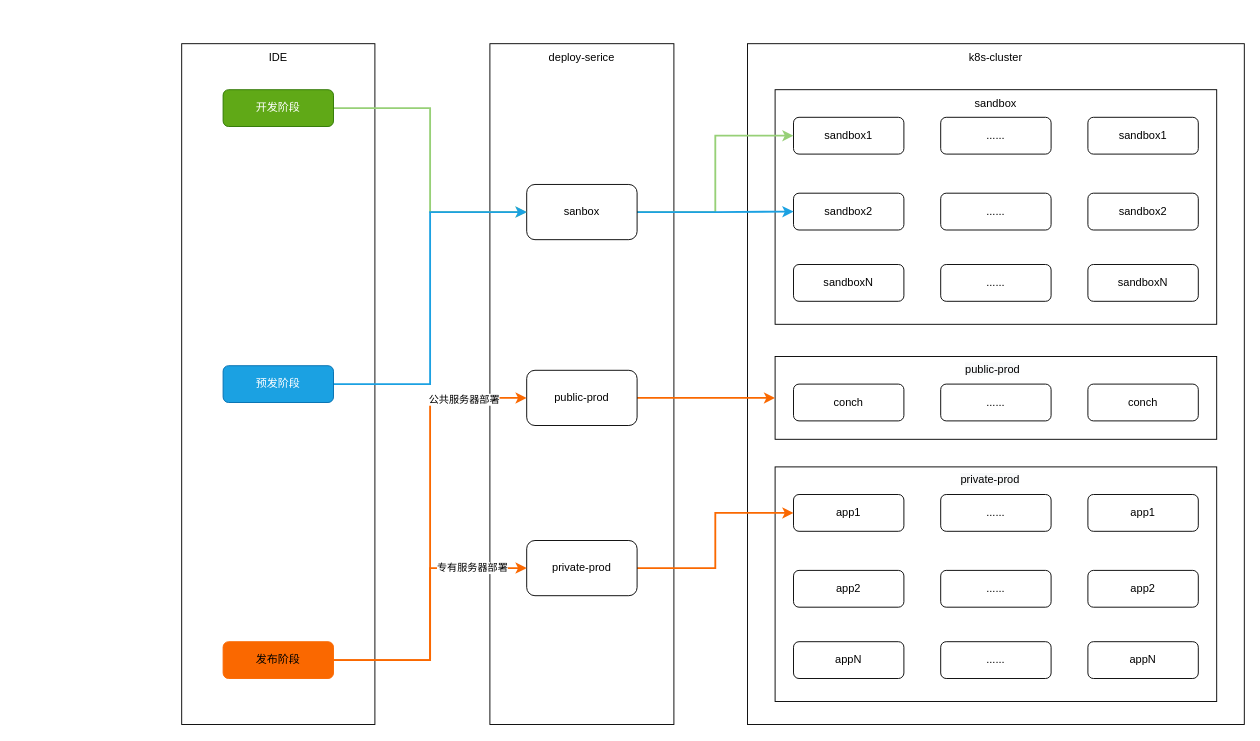
The draw.io diagram 部署图/web应用公有云部署.drawio in yinjunfeng/UML, before the edit. Source tidied: cells renumbered, new cells numbered last; positions are measured from the earlier drawing's top-left corner, leaving out a move shared by most shapes. Both pictures are drawn from the tidied source at 92%, with x=0, y=0 at pixel (181, 43).
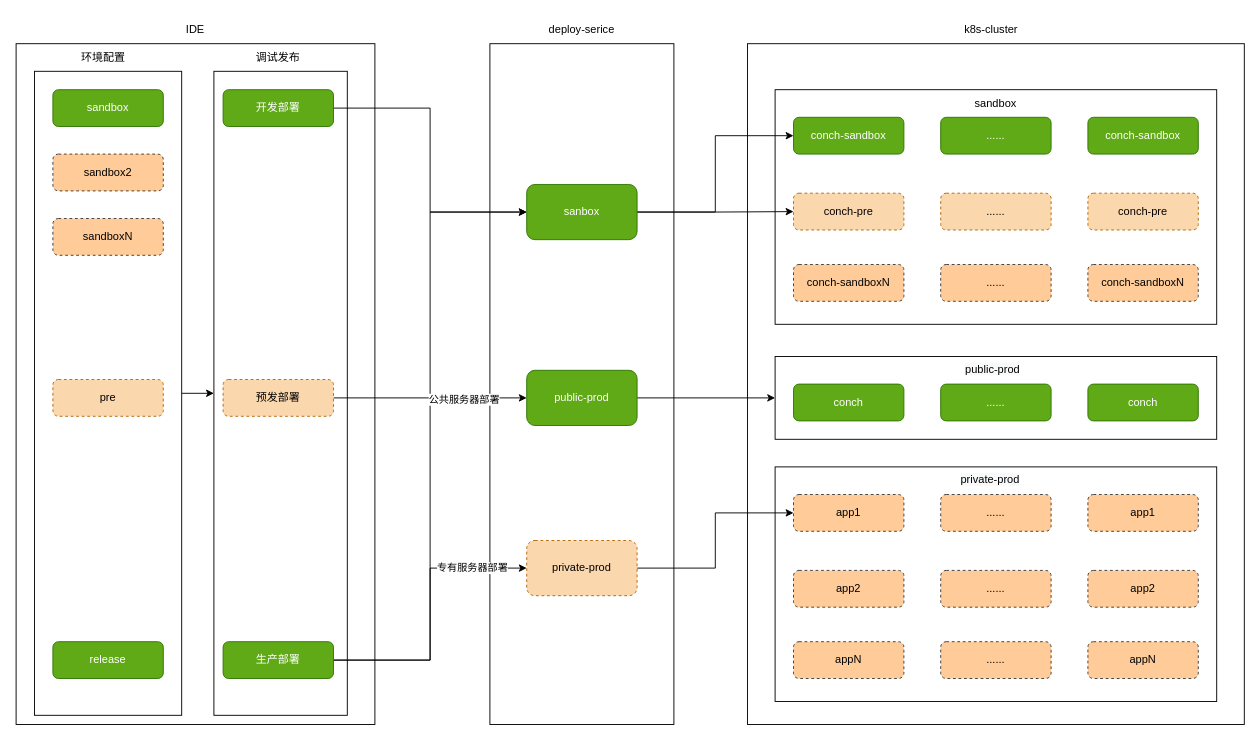
The same diagram, later.

Commit message:
更新web应用公有云部署.drawio

The change refers to these unchanged cells:
```xml
<mxCell id="5" style="rounded=0;whiteSpace=wrap;html=1;" parent="1" vertex="1">
  <mxGeometry x="645" y="340" width="480" height="90" as="geometry" />
</mxCell>
```

Change to the diagram source:
```diff
@@
     <mxCell id="2" style="rounded=0;whiteSpace=wrap;html=1;" parent="1" vertex="1">
-      <mxGeometry width="210" height="740" as="geometry" />
+      <mxGeometry x="-180" width="390" height="740" as="geometry" />
     </mxCell>
+    <mxCell id="51" style="rounded=0;whiteSpace=wrap;html=1;strokeColor=#000000;" parent="1" vertex="1">
+      <mxGeometry x="35" y="30" width="145" height="700" as="geometry" />
+    </mxCell>
@@
-    <mxCell id="6" value="sandbox1" style="rounded=1;whiteSpace=wrap;html=1;" parent="1" vertex="1">
+    <mxCell id="6" value="conch-sandbox" style="rounded=1;whiteSpace=wrap;html=1;fillColor=#60a917;fontColor=#ffffff;strokeColor=#2D7600;" parent="1" vertex="1">
       <mxGeometry x="665" y="80" width="120" height="40" as="geometry" />
     </mxCell>
-    <mxCell id="7" value="......" style="rounded=1;whiteSpace=wrap;html=1;" parent="1" vertex="1">
+    <mxCell id="7" value="......" style="rounded=1;whiteSpace=wrap;html=1;fillColor=#60a917;fontColor=#ffffff;strokeColor=#2D7600;" parent="1" vertex="1">
       <mxGeometry x="825" y="80" width="120" height="40" as="geometry" />
     </mxCell>
-    <mxCell id="8" value="sandbox1" style="rounded=1;whiteSpace=wrap;html=1;" parent="1" vertex="1">
+    <mxCell id="8" value="conch-sandbox" style="rounded=1;whiteSpace=wrap;html=1;fillColor=#60a917;fontColor=#ffffff;strokeColor=#2D7600;" parent="1" vertex="1">
       <mxGeometry x="985" y="80" width="120" height="40" as="geometry" />
     </mxCell>
-    <mxCell id="9" value="sandbox2" style="rounded=1;whiteSpace=wrap;html=1;" parent="1" vertex="1">
+    <mxCell id="9" value="conch-pre" style="rounded=1;whiteSpace=wrap;html=1;fillColor=#fad7ac;strokeColor=#b46504;dashed=1;" parent="1" vertex="1">
       <mxGeometry x="665" y="162.5" width="120" height="40" as="geometry" />
     </mxCell>
-    <mxCell id="10" value="......" style="rounded=1;whiteSpace=wrap;html=1;" parent="1" vertex="1">
+    <mxCell id="10" value="......" style="rounded=1;whiteSpace=wrap;html=1;fillColor=#fad7ac;strokeColor=#b46504;dashed=1;" parent="1" vertex="1">
       <mxGeometry x="825" y="162.5" width="120" height="40" as="geometry" />
     </mxCell>
-    <mxCell id="11" value="sandbox2" style="rounded=1;whiteSpace=wrap;html=1;" parent="1" vertex="1">
+    <mxCell id="11" value="conch-pre" style="rounded=1;whiteSpace=wrap;html=1;fillColor=#fad7ac;strokeColor=#b46504;dashed=1;" parent="1" vertex="1">
       <mxGeometry x="985" y="162.5" width="120" height="40" as="geometry" />
     </mxCell>
-    <mxCell id="12" value="sandboxN" style="rounded=1;whiteSpace=wrap;html=1;" parent="1" vertex="1">
+    <mxCell id="12" value="conch-sandboxN" style="rounded=1;whiteSpace=wrap;html=1;fillColor=#ffcc99;strokeColor=#36393d;dashed=1;" parent="1" vertex="1">
       <mxGeometry x="665" y="240" width="120" height="40" as="geometry" />
     </mxCell>
-    <mxCell id="13" value="......" style="rounded=1;whiteSpace=wrap;html=1;" parent="1" vertex="1">
+    <mxCell id="13" value="......" style="rounded=1;whiteSpace=wrap;html=1;fillColor=#ffcc99;strokeColor=#36393d;dashed=1;" parent="1" vertex="1">
       <mxGeometry x="825" y="240" width="120" height="40" as="geometry" />
     </mxCell>
-    <mxCell id="14" value="sandboxN" style="rounded=1;whiteSpace=wrap;html=1;" parent="1" vertex="1">
+    <mxCell id="14" value="conch-sandboxN" style="rounded=1;whiteSpace=wrap;html=1;fillColor=#ffcc99;strokeColor=#36393d;dashed=1;" parent="1" vertex="1">
       <mxGeometry x="985" y="240" width="120" height="40" as="geometry" />
     </mxCell>
-    <mxCell id="15" value="conch" style="rounded=1;whiteSpace=wrap;html=1;" parent="1" vertex="1">
+    <mxCell id="15" value="conch" style="rounded=1;whiteSpace=wrap;html=1;fillColor=#60a917;fontColor=#ffffff;strokeColor=#2D7600;" parent="1" vertex="1">
       <mxGeometry x="665" y="370" width="120" height="40" as="geometry" />
     </mxCell>
-    <mxCell id="16" value="......" style="rounded=1;whiteSpace=wrap;html=1;" parent="1" vertex="1">
+    <mxCell id="16" value="......" style="rounded=1;whiteSpace=wrap;html=1;fillColor=#60a917;fontColor=#ffffff;strokeColor=#2D7600;" parent="1" vertex="1">
       <mxGeometry x="825" y="370" width="120" height="40" as="geometry" />
     </mxCell>
-    <mxCell id="17" value="conch" style="rounded=1;whiteSpace=wrap;html=1;" parent="1" vertex="1">
+    <mxCell id="17" value="conch" style="rounded=1;whiteSpace=wrap;html=1;fillColor=#60a917;fontColor=#ffffff;strokeColor=#2D7600;" parent="1" vertex="1">
       <mxGeometry x="985" y="370" width="120" height="40" as="geometry" />
     </mxCell>
@@
-    <mxCell id="19" value="app1" style="rounded=1;whiteSpace=wrap;html=1;" parent="1" vertex="1">
+    <mxCell id="19" value="app1" style="rounded=1;whiteSpace=wrap;html=1;fillColor=#ffcc99;strokeColor=#36393d;dashed=1;" parent="1" vertex="1">
       <mxGeometry x="665" y="490" width="120" height="40" as="geometry" />
     </mxCell>
-    <mxCell id="20" value="......" style="rounded=1;whiteSpace=wrap;html=1;" parent="1" vertex="1">
+    <mxCell id="20" value="......" style="rounded=1;whiteSpace=wrap;html=1;fillColor=#ffcc99;strokeColor=#36393d;dashed=1;" parent="1" vertex="1">
       <mxGeometry x="825" y="490" width="120" height="40" as="geometry" />
     </mxCell>
-    <mxCell id="21" value="app1" style="rounded=1;whiteSpace=wrap;html=1;" parent="1" vertex="1">
+    <mxCell id="21" value="app1" style="rounded=1;whiteSpace=wrap;html=1;fillColor=#ffcc99;strokeColor=#36393d;dashed=1;" parent="1" vertex="1">
       <mxGeometry x="985" y="490" width="120" height="40" as="geometry" />
     </mxCell>
-    <mxCell id="22" value="app2" style="rounded=1;whiteSpace=wrap;html=1;" parent="1" vertex="1">
+    <mxCell id="22" value="app2" style="rounded=1;whiteSpace=wrap;html=1;fillColor=#ffcc99;strokeColor=#36393d;dashed=1;" parent="1" vertex="1">
       <mxGeometry x="665" y="572.5" width="120" height="40" as="geometry" />
     </mxCell>
-    <mxCell id="23" value="......" style="rounded=1;whiteSpace=wrap;html=1;" parent="1" vertex="1">
+    <mxCell id="23" value="......" style="rounded=1;whiteSpace=wrap;html=1;fillColor=#ffcc99;strokeColor=#36393d;dashed=1;" parent="1" vertex="1">
       <mxGeometry x="825" y="572.5" width="120" height="40" as="geometry" />
     </mxCell>
-    <mxCell id="24" value="app2" style="rounded=1;whiteSpace=wrap;html=1;" parent="1" vertex="1">
+    <mxCell id="24" value="app2" style="rounded=1;whiteSpace=wrap;html=1;fillColor=#ffcc99;strokeColor=#36393d;dashed=1;" parent="1" vertex="1">
       <mxGeometry x="985" y="572.5" width="120" height="40" as="geometry" />
     </mxCell>
-    <mxCell id="25" value="appN" style="rounded=1;whiteSpace=wrap;html=1;" parent="1" vertex="1">
+    <mxCell id="25" value="appN" style="rounded=1;whiteSpace=wrap;html=1;fillColor=#ffcc99;strokeColor=#36393d;dashed=1;" parent="1" vertex="1">
       <mxGeometry x="665" y="650" width="120" height="40" as="geometry" />
     </mxCell>
-    <mxCell id="26" value="......" style="rounded=1;whiteSpace=wrap;html=1;" parent="1" vertex="1">
+    <mxCell id="26" value="......" style="rounded=1;whiteSpace=wrap;html=1;fillColor=#ffcc99;strokeColor=#36393d;dashed=1;" parent="1" vertex="1">
       <mxGeometry x="825" y="650" width="120" height="40" as="geometry" />
     </mxCell>
-    <mxCell id="27" value="appN" style="rounded=1;whiteSpace=wrap;html=1;" parent="1" vertex="1">
+    <mxCell id="27" value="appN" style="rounded=1;whiteSpace=wrap;html=1;fillColor=#ffcc99;strokeColor=#36393d;dashed=1;" parent="1" vertex="1">
       <mxGeometry x="985" y="650" width="120" height="40" as="geometry" />
     </mxCell>
@@
     <mxCell id="31" value="k8s-cluster" style="text;html=1;strokeColor=none;fillColor=none;align=center;verticalAlign=middle;whiteSpace=wrap;rounded=0;" parent="1" vertex="1">
-      <mxGeometry x="835" width="100" height="30" as="geometry" />
+      <mxGeometry x="830" y="-30" width="100" height="30" as="geometry" />
     </mxCell>
@@
-    <mxCell id="33" style="edgeStyle=orthogonalEdgeStyle;rounded=0;jettySize=auto;html=1;exitX=1;exitY=0.5;exitDx=0;exitDy=0;entryX=0;entryY=0.5;entryDx=0;entryDy=0;strokeColor=#97D077;strokeWidth=2;" parent="1" edge="1" source="35" target="6">
+    <mxCell id="33" style="edgeStyle=orthogonalEdgeStyle;rounded=0;jettySize=auto;html=1;exitX=1;exitY=0.5;exitDx=0;exitDy=0;entryX=0;entryY=0.5;entryDx=0;entryDy=0;strokeColor=#000000;strokeWidth=1;" parent="1" edge="1" source="35" target="6">
       <mxGeometry relative="1" as="geometry" />
     </mxCell>
-    <mxCell id="34" style="edgeStyle=orthogonalEdgeStyle;rounded=0;jettySize=auto;html=1;exitX=1;exitY=0.5;exitDx=0;exitDy=0;strokeColor=#1BA1E2;strokeWidth=2;" parent="1" edge="1" source="35" target="9">
+    <mxCell id="34" style="edgeStyle=orthogonalEdgeStyle;rounded=0;jettySize=auto;html=1;exitX=1;exitY=0.5;exitDx=0;exitDy=0;strokeColor=#000000;strokeWidth=1;" parent="1" edge="1" source="35" target="9">
       <mxGeometry relative="1" as="geometry" />
     </mxCell>
-    <mxCell id="35" value="sanbox" style="rounded=1;whiteSpace=wrap;html=1;" parent="1" vertex="1">
+    <mxCell id="35" value="sanbox" style="rounded=1;whiteSpace=wrap;html=1;fillColor=#60a917;fontColor=#ffffff;strokeColor=#2D7600;" parent="1" vertex="1">
       <mxGeometry x="375" y="153" width="120" height="60" as="geometry" />
     </mxCell>
-    <mxCell id="36" style="edgeStyle=orthogonalEdgeStyle;rounded=0;jettySize=auto;html=1;exitX=1;exitY=0.5;exitDx=0;exitDy=0;strokeColor=#FA6800;strokeWidth=2;" parent="1" edge="1" source="37" target="5">
+    <mxCell id="36" style="edgeStyle=orthogonalEdgeStyle;rounded=0;jettySize=auto;html=1;exitX=1;exitY=0.5;exitDx=0;exitDy=0;strokeColor=#000000;strokeWidth=1;" parent="1" edge="1" source="37" target="5">
       <mxGeometry relative="1" as="geometry" />
     </mxCell>
-    <mxCell id="37" value="public-prod" style="rounded=1;whiteSpace=wrap;html=1;" parent="1" vertex="1">
+    <mxCell id="37" value="public-prod" style="rounded=1;whiteSpace=wrap;html=1;fillColor=#60a917;fontColor=#ffffff;strokeColor=#2D7600;" parent="1" vertex="1">
       <mxGeometry x="375" y="355" width="120" height="60" as="geometry" />
     </mxCell>
-    <mxCell id="38" style="edgeStyle=orthogonalEdgeStyle;rounded=0;jettySize=auto;html=1;exitX=1;exitY=0.5;exitDx=0;exitDy=0;entryX=0;entryY=0.5;entryDx=0;entryDy=0;strokeColor=#FA6800;strokeWidth=2;" parent="1" edge="1" source="39" target="19">
+    <mxCell id="38" style="edgeStyle=orthogonalEdgeStyle;rounded=0;jettySize=auto;html=1;exitX=1;exitY=0.5;exitDx=0;exitDy=0;entryX=0;entryY=0.5;entryDx=0;entryDy=0;strokeColor=#000000;strokeWidth=1;" parent="1" edge="1" source="39" target="19">
       <mxGeometry relative="1" as="geometry" />
     </mxCell>
-    <mxCell id="39" value="private-prod" style="rounded=1;whiteSpace=wrap;html=1;" parent="1" vertex="1">
+    <mxCell id="39" value="private-prod" style="rounded=1;whiteSpace=wrap;html=1;fillColor=#fad7ac;strokeColor=#b46504;dashed=1;" parent="1" vertex="1">
       <mxGeometry x="375" y="540" width="120" height="60" as="geometry" />
     </mxCell>
     <mxCell id="40" value="deploy-serice" style="text;html=1;strokeColor=none;fillColor=none;align=center;verticalAlign=middle;whiteSpace=wrap;rounded=0;" parent="1" vertex="1">
-      <mxGeometry x="385" width="100" height="30" as="geometry" />
+      <mxGeometry x="385" y="-30" width="100" height="30" as="geometry" />
     </mxCell>
-    <mxCell id="41" style="edgeStyle=orthogonalEdgeStyle;rounded=0;jettySize=auto;html=1;exitX=1;exitY=0.5;exitDx=0;exitDy=0;entryX=0;entryY=0.5;entryDx=0;entryDy=0;fillColor=#60a917;strokeColor=#97D077;strokeWidth=2;" parent="1" edge="1" source="42" target="35">
+    <mxCell id="41" style="edgeStyle=orthogonalEdgeStyle;rounded=0;jettySize=auto;html=1;exitX=1;exitY=0.5;exitDx=0;exitDy=0;entryX=0;entryY=0.5;entryDx=0;entryDy=0;fillColor=#60a917;strokeColor=#000000;strokeWidth=1;" parent="1" edge="1" source="42" target="35">
       <mxGeometry relative="1" as="geometry" />
     </mxCell>
-    <mxCell id="42" value="开发阶段" style="rounded=1;whiteSpace=wrap;html=1;fillColor=#60a917;fontColor=#ffffff;strokeColor=#2D7600;" parent="1" vertex="1">
+    <mxCell id="42" value="开发部署" style="rounded=1;whiteSpace=wrap;html=1;fillColor=#60a917;fontColor=#ffffff;strokeColor=#2D7600;" parent="1" vertex="1">
       <mxGeometry x="45" y="50" width="120" height="40" as="geometry" />
     </mxCell>
-    <mxCell id="43" style="edgeStyle=orthogonalEdgeStyle;rounded=0;jettySize=auto;html=1;exitX=1;exitY=0.5;exitDx=0;exitDy=0;entryX=0;entryY=0.5;entryDx=0;entryDy=0;strokeColor=#1BA1E2;strokeWidth=2;" parent="1" edge="1" source="44" target="35">
+    <mxCell id="43" style="edgeStyle=orthogonalEdgeStyle;rounded=0;jettySize=auto;html=1;exitX=1;exitY=0.5;exitDx=0;exitDy=0;entryX=0;entryY=0.5;entryDx=0;entryDy=0;strokeColor=#000000;strokeWidth=1;" parent="1" edge="1" source="44" target="35">
       <mxGeometry relative="1" as="geometry" />
     </mxCell>
-    <mxCell id="44" value="预发阶段" style="rounded=1;whiteSpace=wrap;html=1;fillColor=#1ba1e2;fontColor=#ffffff;strokeColor=#006EAF;" parent="1" vertex="1">
-      <mxGeometry x="45" y="350" width="120" height="40" as="geometry" />
+    <mxCell id="44" value="预发部署" style="rounded=1;whiteSpace=wrap;html=1;fillColor=#fad7ac;strokeColor=#b46504;dashed=1;" parent="1" vertex="1">
+      <mxGeometry x="45" y="365" width="120" height="40" as="geometry" />
     </mxCell>
-    <mxCell id="45" style="edgeStyle=orthogonalEdgeStyle;rounded=0;jettySize=auto;html=1;exitX=1;exitY=0.5;exitDx=0;exitDy=0;entryX=0;entryY=0.5;entryDx=0;entryDy=0;strokeColor=#FA6800;strokeWidth=2;" parent="1" edge="1" source="49" target="37">
+    <mxCell id="45" style="edgeStyle=orthogonalEdgeStyle;rounded=0;jettySize=auto;html=1;exitX=1;exitY=0.5;exitDx=0;exitDy=0;entryX=0;entryY=0.5;entryDx=0;entryDy=0;strokeColor=#000000;strokeWidth=1;" parent="1" edge="1" source="49" target="37">
       <mxGeometry relative="1" as="geometry" />
     </mxCell>
@@
-    <mxCell id="47" style="edgeStyle=orthogonalEdgeStyle;rounded=0;jettySize=auto;html=1;exitX=1;exitY=0.5;exitDx=0;exitDy=0;entryX=0;entryY=0.5;entryDx=0;entryDy=0;strokeColor=#FA6800;strokeWidth=2;" parent="1" edge="1" source="49" target="39">
+    <mxCell id="47" style="edgeStyle=orthogonalEdgeStyle;rounded=0;jettySize=auto;html=1;exitX=1;exitY=0.5;exitDx=0;exitDy=0;entryX=0;entryY=0.5;entryDx=0;entryDy=0;strokeColor=#000000;strokeWidth=1;" parent="1" edge="1" source="49" target="39">
       <mxGeometry relative="1" as="geometry" />
     </mxCell>
@@
-    <mxCell id="49" value="发布阶段" style="rounded=1;whiteSpace=wrap;html=1;fillColor=#fa6800;fontColor=#000000;strokeColor=#FA6800;" parent="1" vertex="1">
+    <mxCell id="49" value="生产部署" style="rounded=1;whiteSpace=wrap;html=1;fillColor=#60a917;fontColor=#ffffff;strokeColor=#2D7600;" parent="1" vertex="1">
       <mxGeometry x="45" y="650" width="120" height="40" as="geometry" />
     </mxCell>
     <mxCell id="50" value="IDE" style="text;html=1;strokeColor=none;fillColor=none;align=center;verticalAlign=middle;whiteSpace=wrap;rounded=0;" parent="1" vertex="1">
-      <mxGeometry x="55" width="100" height="30" as="geometry" />
+      <mxGeometry x="-35" y="-30" width="100" height="30" as="geometry" />
     </mxCell>
+    <mxCell id="52" style="edgeStyle=orthogonalEdgeStyle;rounded=0;jettySize=auto;html=1;exitX=1;exitY=0.5;exitDx=0;exitDy=0;entryX=0;entryY=0.5;entryDx=0;entryDy=0;strokeColor=#000000;strokeWidth=1;" parent="1" edge="1" source="53" target="51">
+      <mxGeometry relative="1" as="geometry" />
+    </mxCell>
+    <mxCell id="53" style="rounded=0;whiteSpace=wrap;html=1;strokeColor=#000000;" parent="1" vertex="1">
+      <mxGeometry x="-160" y="30" width="160" height="700" as="geometry" />
+    </mxCell>
+    <mxCell id="54" value="sandbox" style="rounded=1;whiteSpace=wrap;html=1;fillColor=#60a917;fontColor=#ffffff;strokeColor=#2D7600;" parent="1" vertex="1">
+      <mxGeometry x="-140" y="50" width="120" height="40" as="geometry" />
+    </mxCell>
+    <mxCell id="55" value="sandbox2" style="rounded=1;whiteSpace=wrap;html=1;dashed=1;fillColor=#ffcc99;strokeColor=#36393d;" parent="1" vertex="1">
+      <mxGeometry x="-140" y="120" width="120" height="40" as="geometry" />
+    </mxCell>
+    <mxCell id="56" value="sandboxN" style="rounded=1;whiteSpace=wrap;html=1;dashed=1;fillColor=#ffcc99;strokeColor=#36393d;" parent="1" vertex="1">
+      <mxGeometry x="-140" y="190" width="120" height="40" as="geometry" />
+    </mxCell>
+    <mxCell id="57" value="环境配置" style="text;html=1;strokeColor=none;fillColor=none;align=center;verticalAlign=middle;whiteSpace=wrap;rounded=0;" parent="1" vertex="1">
+      <mxGeometry x="-115" width="60" height="30" as="geometry" />
+    </mxCell>
+    <mxCell id="58" value="调试发布" style="text;html=1;strokeColor=none;fillColor=none;align=center;verticalAlign=middle;whiteSpace=wrap;rounded=0;" parent="1" vertex="1">
+      <mxGeometry x="75" width="60" height="30" as="geometry" />
+    </mxCell>
+    <mxCell id="59" value="pre" style="rounded=1;whiteSpace=wrap;html=1;fillColor=#fad7ac;strokeColor=#b46504;dashed=1;" parent="1" vertex="1">
+      <mxGeometry x="-140" y="365" width="120" height="40" as="geometry" />
+    </mxCell>
+    <mxCell id="60" value="release" style="rounded=1;whiteSpace=wrap;html=1;fillColor=#60a917;fontColor=#ffffff;strokeColor=#2D7600;" parent="1" vertex="1">
+      <mxGeometry x="-140" y="650" width="120" height="40" as="geometry" />
+    </mxCell>
```
